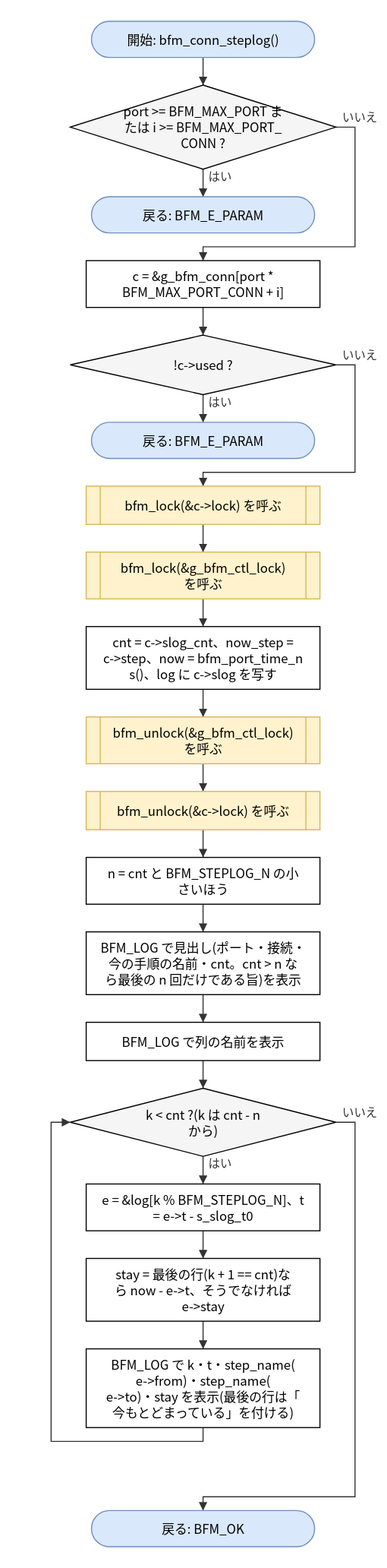
hf355051012-ai/bfmem keeps this draw.io diagram as doc/spec/images/flow_src_bfm_cm-bfm_conn_steplog.drawio.svg. Above is the earlier version. Source tidied: cells renumbered, new cells last; positions are measured from the earlier drawing's top-left corner, leaving out a move shared by most shapes. Source of this version:
```xml
<mxGraphModel>
  <root>
    <mxCell id="0" />
    <mxCell id="1" parent="0" />
    <mxCell id="2" value="開始: bfm_conn_steplog()" style="rounded=1;arcSize=50;whiteSpace=wrap;html=1;fillColor=#dae8fc;strokeColor=#6c8ebf;" parent="1" vertex="1">
      <mxGeometry x="38" width="210" height="34" as="geometry" />
    </mxCell>
    <mxCell id="3" value="port &amp;gt;= BFM_MAX_PORT ま&lt;br&gt;たは i &amp;gt;= BFM_MAX_PORT_&lt;br&gt;CONN ?" style="rhombus;whiteSpace=wrap;html=1;fillColor=#f5f5f5;" parent="1" vertex="1">
      <mxGeometry x="18" y="60" width="250" height="79" as="geometry" />
    </mxCell>
    <mxCell id="4" value="戻る: BFM_E_PARAM" style="rounded=1;arcSize=50;whiteSpace=wrap;html=1;fillColor=#dae8fc;strokeColor=#6c8ebf;" parent="1" vertex="1">
      <mxGeometry x="38" y="165" width="210" height="34" as="geometry" />
    </mxCell>
    <mxCell id="5" value="c = &amp;amp;g_bfm_conn[port *&lt;br&gt;BFM_MAX_PORT_CONN + i]" style="rounded=0;whiteSpace=wrap;html=1;" parent="1" vertex="1">
      <mxGeometry x="33" y="225" width="220" height="44" as="geometry" />
    </mxCell>
    <mxCell id="6" value="!c-&amp;gt;used ?" style="rhombus;whiteSpace=wrap;html=1;fillColor=#f5f5f5;" parent="1" vertex="1">
      <mxGeometry x="18" y="295" width="250" height="56" as="geometry" />
    </mxCell>
    <mxCell id="7" value="戻る: BFM_E_PARAM" style="rounded=1;arcSize=50;whiteSpace=wrap;html=1;fillColor=#dae8fc;strokeColor=#6c8ebf;" parent="1" vertex="1">
      <mxGeometry x="38" y="377" width="210" height="34" as="geometry" />
    </mxCell>
    <mxCell id="8" value="bfm_lock(&amp;amp;c-&amp;gt;lock) を呼ぶ" style="shape=process;whiteSpace=wrap;html=1;backgroundOutline=1;size=0.06;fillColor=#fff2cc;strokeColor=#d6b656;" parent="1" vertex="1">
      <mxGeometry x="33" y="437" width="220" height="36" as="geometry" />
    </mxCell>
    <mxCell id="9" value="bfm_lock(&amp;amp;g_bfm_ctl_lock)&lt;br&gt;を呼ぶ" style="shape=process;whiteSpace=wrap;html=1;backgroundOutline=1;size=0.06;fillColor=#fff2cc;strokeColor=#d6b656;" parent="1" vertex="1">
      <mxGeometry x="33" y="499" width="220" height="44" as="geometry" />
    </mxCell>
    <mxCell id="10" value="cnt = c-&amp;gt;slog_cnt、now_step =&lt;br&gt;c-&amp;gt;step、now = bfm_port_time_n&lt;br&gt;s()、log に c-&amp;gt;slog を写す" style="rounded=0;whiteSpace=wrap;html=1;" parent="1" vertex="1">
      <mxGeometry x="33" y="569" width="220" height="59" as="geometry" />
    </mxCell>
    <mxCell id="11" value="bfm_unlock(&amp;amp;g_bfm_ctl_lock)&lt;br&gt;を呼ぶ" style="shape=process;whiteSpace=wrap;html=1;backgroundOutline=1;size=0.06;fillColor=#fff2cc;strokeColor=#d6b656;" parent="1" vertex="1">
      <mxGeometry x="33" y="654" width="220" height="44" as="geometry" />
    </mxCell>
    <mxCell id="12" value="bfm_unlock(&amp;amp;c-&amp;gt;lock) を呼ぶ" style="shape=process;whiteSpace=wrap;html=1;backgroundOutline=1;size=0.06;fillColor=#fff2cc;strokeColor=#d6b656;" parent="1" vertex="1">
      <mxGeometry x="33" y="724" width="220" height="36" as="geometry" />
    </mxCell>
    <mxCell id="13" value="n = cnt と BFM_STEPLOG_N の小&lt;br&gt;さいほう" style="rounded=0;whiteSpace=wrap;html=1;" parent="1" vertex="1">
      <mxGeometry x="33" y="786" width="220" height="44" as="geometry" />
    </mxCell>
    <mxCell id="14" value="BFM_LOG で見出し(ポート・接続・&lt;br&gt;今の手順の名前・cnt。cnt &amp;gt; n な&lt;br&gt;ら最後の n 回だけである旨)を表示" style="rounded=0;whiteSpace=wrap;html=1;" parent="1" vertex="1">
      <mxGeometry x="33" y="856" width="220" height="59" as="geometry" />
    </mxCell>
    <mxCell id="15" value="BFM_LOG で列の名前を表示" style="rounded=0;whiteSpace=wrap;html=1;" parent="1" vertex="1">
      <mxGeometry x="33" y="941" width="220" height="36" as="geometry" />
    </mxCell>
    <mxCell id="16" value="k &amp;lt; cnt ?(k は cnt - n&lt;br&gt;から)" style="rhombus;whiteSpace=wrap;html=1;fillColor=#f5f5f5;" parent="1" vertex="1">
      <mxGeometry x="18" y="1003" width="250" height="64" as="geometry" />
    </mxCell>
    <mxCell id="17" value="e = &amp;amp;log[k % BFM_STEPLOG_N]、t&lt;br&gt;= e-&amp;gt;t - s_slog_t0" style="rounded=0;whiteSpace=wrap;html=1;" parent="1" vertex="1">
      <mxGeometry x="33" y="1093" width="220" height="44" as="geometry" />
    </mxCell>
    <mxCell id="18" value="stay = 最後の行(k + 1 == cnt)な&lt;br&gt;ら now - e-&amp;gt;t、そうでなければ&lt;br&gt;e-&amp;gt;stay" style="rounded=0;whiteSpace=wrap;html=1;" parent="1" vertex="1">
      <mxGeometry x="33" y="1163" width="220" height="59" as="geometry" />
    </mxCell>
    <mxCell id="19" value="BFM_LOG で k・t・step_name(&lt;br&gt;e-&amp;gt;from)・step_name(&lt;br&gt;e-&amp;gt;to)・stay を表示(最後の行は「&lt;br&gt;今もとどまっている」を付ける)" style="rounded=0;whiteSpace=wrap;html=1;" parent="1" vertex="1">
      <mxGeometry x="33" y="1248" width="220" height="74" as="geometry" />
    </mxCell>
    <mxCell id="20" value="戻る: BFM_OK" style="rounded=1;arcSize=50;whiteSpace=wrap;html=1;fillColor=#dae8fc;strokeColor=#6c8ebf;" parent="1" vertex="1">
      <mxGeometry x="38" y="1400" width="210" height="34" as="geometry" />
    </mxCell>
    <mxCell id="21" style="edgeStyle=none;html=1;rounded=0;endArrow=block;endFill=1;exitX=0.5000;exitY=1.0000;exitDx=0;exitDy=0;exitPerimeter=0;entryX=0.5000;entryY=0.0000;entryDx=0;entryDy=0;entryPerimeter=0;" parent="1" edge="1" source="2" target="3">
      <mxGeometry relative="1" as="geometry" />
    </mxCell>
    <mxCell id="22" value="はい" style="edgeStyle=none;html=1;rounded=0;endArrow=block;endFill=1;exitX=0.5000;exitY=1.0000;exitDx=0;exitDy=0;exitPerimeter=0;entryX=0.5000;entryY=0.0000;entryDx=0;entryDy=0;entryPerimeter=0;" parent="1" edge="1" source="3" target="4">
      <mxGeometry relative="1" as="geometry" />
    </mxCell>
    <mxCell id="23" value="いいえ" style="edgeStyle=none;html=1;rounded=0;endArrow=block;endFill=1;exitX=1.0000;exitY=0.5000;exitDx=0;exitDy=0;exitPerimeter=0;entryX=0.5000;entryY=0.0000;entryDx=0;entryDy=0;entryPerimeter=0;" parent="1" edge="1" source="3" target="5">
      <mxGeometry relative="1" as="geometry">
        <Array as="points">
          <mxPoint x="286" y="99.5" />
          <mxPoint x="286" y="212" />
          <mxPoint x="143" y="212" />
        </Array>
      </mxGeometry>
    </mxCell>
    <mxCell id="24" style="edgeStyle=none;html=1;rounded=0;endArrow=block;endFill=1;exitX=0.5000;exitY=1.0000;exitDx=0;exitDy=0;exitPerimeter=0;entryX=0.5000;entryY=0.0000;entryDx=0;entryDy=0;entryPerimeter=0;" parent="1" edge="1" source="5" target="6">
      <mxGeometry relative="1" as="geometry" />
    </mxCell>
    <mxCell id="25" value="はい" style="edgeStyle=none;html=1;rounded=0;endArrow=block;endFill=1;exitX=0.5000;exitY=1.0000;exitDx=0;exitDy=0;exitPerimeter=0;entryX=0.5000;entryY=0.0000;entryDx=0;entryDy=0;entryPerimeter=0;" parent="1" edge="1" source="6" target="7">
      <mxGeometry relative="1" as="geometry" />
    </mxCell>
    <mxCell id="26" value="いいえ" style="edgeStyle=none;html=1;rounded=0;endArrow=block;endFill=1;exitX=1.0000;exitY=0.5000;exitDx=0;exitDy=0;exitPerimeter=0;entryX=0.5000;entryY=0.0000;entryDx=0;entryDy=0;entryPerimeter=0;" parent="1" edge="1" source="6" target="8">
      <mxGeometry relative="1" as="geometry">
        <Array as="points">
          <mxPoint x="286" y="323" />
          <mxPoint x="286" y="424" />
          <mxPoint x="143" y="424" />
        </Array>
      </mxGeometry>
    </mxCell>
    <mxCell id="27" style="edgeStyle=none;html=1;rounded=0;endArrow=block;endFill=1;exitX=0.5000;exitY=1.0000;exitDx=0;exitDy=0;exitPerimeter=0;entryX=0.5000;entryY=0.0000;entryDx=0;entryDy=0;entryPerimeter=0;" parent="1" edge="1" source="8" target="9">
      <mxGeometry relative="1" as="geometry" />
    </mxCell>
    <mxCell id="28" style="edgeStyle=none;html=1;rounded=0;endArrow=block;endFill=1;exitX=0.5000;exitY=1.0000;exitDx=0;exitDy=0;exitPerimeter=0;entryX=0.5000;entryY=0.0000;entryDx=0;entryDy=0;entryPerimeter=0;" parent="1" edge="1" source="9" target="10">
      <mxGeometry relative="1" as="geometry" />
    </mxCell>
    <mxCell id="29" style="edgeStyle=none;html=1;rounded=0;endArrow=block;endFill=1;exitX=0.5000;exitY=1.0000;exitDx=0;exitDy=0;exitPerimeter=0;entryX=0.5000;entryY=0.0000;entryDx=0;entryDy=0;entryPerimeter=0;" parent="1" edge="1" source="10" target="11">
      <mxGeometry relative="1" as="geometry" />
    </mxCell>
    <mxCell id="30" style="edgeStyle=none;html=1;rounded=0;endArrow=block;endFill=1;exitX=0.5000;exitY=1.0000;exitDx=0;exitDy=0;exitPerimeter=0;entryX=0.5000;entryY=0.0000;entryDx=0;entryDy=0;entryPerimeter=0;" parent="1" edge="1" source="11" target="12">
      <mxGeometry relative="1" as="geometry" />
    </mxCell>
    <mxCell id="31" style="edgeStyle=none;html=1;rounded=0;endArrow=block;endFill=1;exitX=0.5000;exitY=1.0000;exitDx=0;exitDy=0;exitPerimeter=0;entryX=0.5000;entryY=0.0000;entryDx=0;entryDy=0;entryPerimeter=0;" parent="1" edge="1" source="12" target="13">
      <mxGeometry relative="1" as="geometry" />
    </mxCell>
    <mxCell id="32" style="edgeStyle=none;html=1;rounded=0;endArrow=block;endFill=1;exitX=0.5000;exitY=1.0000;exitDx=0;exitDy=0;exitPerimeter=0;entryX=0.5000;entryY=0.0000;entryDx=0;entryDy=0;entryPerimeter=0;" parent="1" edge="1" source="13" target="14">
      <mxGeometry relative="1" as="geometry" />
    </mxCell>
    <mxCell id="33" style="edgeStyle=none;html=1;rounded=0;endArrow=block;endFill=1;exitX=0.5000;exitY=1.0000;exitDx=0;exitDy=0;exitPerimeter=0;entryX=0.5000;entryY=0.0000;entryDx=0;entryDy=0;entryPerimeter=0;" parent="1" edge="1" source="14" target="15">
      <mxGeometry relative="1" as="geometry" />
    </mxCell>
    <mxCell id="34" style="edgeStyle=none;html=1;rounded=0;endArrow=block;endFill=1;exitX=0.5000;exitY=1.0000;exitDx=0;exitDy=0;exitPerimeter=0;entryX=0.5000;entryY=0.0000;entryDx=0;entryDy=0;entryPerimeter=0;" parent="1" edge="1" source="15" target="16">
      <mxGeometry relative="1" as="geometry" />
    </mxCell>
    <mxCell id="35" value="はい" style="edgeStyle=none;html=1;rounded=0;endArrow=block;endFill=1;exitX=0.5000;exitY=1.0000;exitDx=0;exitDy=0;exitPerimeter=0;entryX=0.5000;entryY=0.0000;entryDx=0;entryDy=0;entryPerimeter=0;" parent="1" edge="1" source="16" target="17">
      <mxGeometry relative="1" as="geometry" />
    </mxCell>
    <mxCell id="36" style="edgeStyle=none;html=1;rounded=0;endArrow=block;endFill=1;exitX=0.5000;exitY=1.0000;exitDx=0;exitDy=0;exitPerimeter=0;entryX=0.5000;entryY=0.0000;entryDx=0;entryDy=0;entryPerimeter=0;" parent="1" edge="1" source="17" target="18">
      <mxGeometry relative="1" as="geometry" />
    </mxCell>
    <mxCell id="37" style="edgeStyle=none;html=1;rounded=0;endArrow=block;endFill=1;exitX=0.5000;exitY=1.0000;exitDx=0;exitDy=0;exitPerimeter=0;entryX=0.5000;entryY=0.0000;entryDx=0;entryDy=0;entryPerimeter=0;" parent="1" edge="1" source="18" target="19">
      <mxGeometry relative="1" as="geometry" />
    </mxCell>
    <mxCell id="38" style="edgeStyle=none;html=1;rounded=0;endArrow=block;endFill=1;exitX=0.5000;exitY=1.0000;exitDx=0;exitDy=0;exitPerimeter=0;entryX=0.0000;entryY=0.5000;entryDx=0;entryDy=0;entryPerimeter=0;" parent="1" edge="1" source="19" target="16">
      <mxGeometry relative="1" as="geometry">
        <Array as="points">
          <mxPoint x="143" y="1335" />
          <mxPoint y="1335" />
          <mxPoint y="1035" />
        </Array>
      </mxGeometry>
    </mxCell>
    <mxCell id="39" value="いいえ" style="edgeStyle=none;html=1;rounded=0;endArrow=block;endFill=1;exitX=1.0000;exitY=0.5000;exitDx=0;exitDy=0;exitPerimeter=0;entryX=0.5000;entryY=0.0000;entryDx=0;entryDy=0;entryPerimeter=0;" parent="1" edge="1" source="16" target="20">
      <mxGeometry relative="1" as="geometry">
        <Array as="points">
          <mxPoint x="286" y="1035" />
          <mxPoint x="286" y="1387" />
          <mxPoint x="143" y="1387" />
        </Array>
      </mxGeometry>
    </mxCell>
  </root>
</mxGraphModel>
```
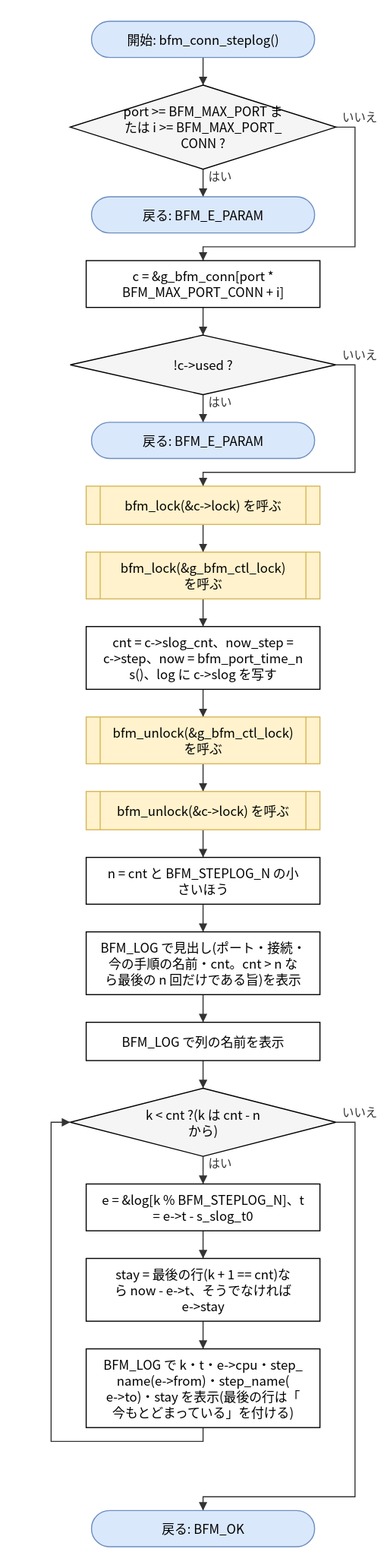
The same file after the commit.

The edit, as a diff of the source:
```diff
@@ -53,7 +53,7 @@
     <mxCell id="18" value="stay = 最後の行(k + 1 == cnt)な&lt;br&gt;ら now - e-&amp;gt;t、そうでなければ&lt;br&gt;e-&amp;gt;stay" style="rounded=0;whiteSpace=wrap;html=1;" parent="1" vertex="1">
       <mxGeometry x="33" y="1163" width="220" height="59" as="geometry" />
     </mxCell>
-    <mxCell id="19" value="BFM_LOG で k・t・step_name(&lt;br&gt;e-&amp;gt;from)・step_name(&lt;br&gt;e-&amp;gt;to)・stay を表示(最後の行は「&lt;br&gt;今もとどまっている」を付ける)" style="rounded=0;whiteSpace=wrap;html=1;" parent="1" vertex="1">
+    <mxCell id="19" value="BFM_LOG で k・t・e-&amp;gt;cpu・step_&lt;br&gt;name(e-&amp;gt;from)・step_name(&lt;br&gt;e-&amp;gt;to)・stay を表示(最後の行は「&lt;br&gt;今もとどまっている」を付ける)" style="rounded=0;whiteSpace=wrap;html=1;" parent="1" vertex="1">
       <mxGeometry x="33" y="1248" width="220" height="74" as="geometry" />
     </mxCell>
     <mxCell id="20" value="戻る: BFM_OK" style="rounded=1;arcSize=50;whiteSpace=wrap;html=1;fillColor=#dae8fc;strokeColor=#6c8ebf;" parent="1" vertex="1">
```
